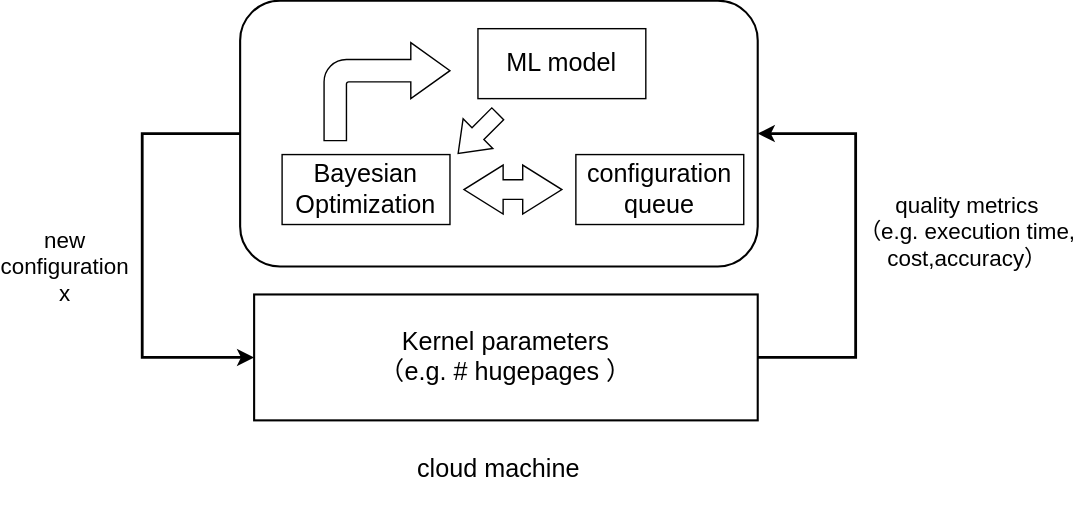
Dong-J93/_pictures keeps this draw.io diagram as kernel-BO.drawio.svg. Above is the earlier version. Source tidied: cells renumbered, new cells last; positions are measured from the earlier drawing's top-left corner, leaving out a move shared by most shapes.
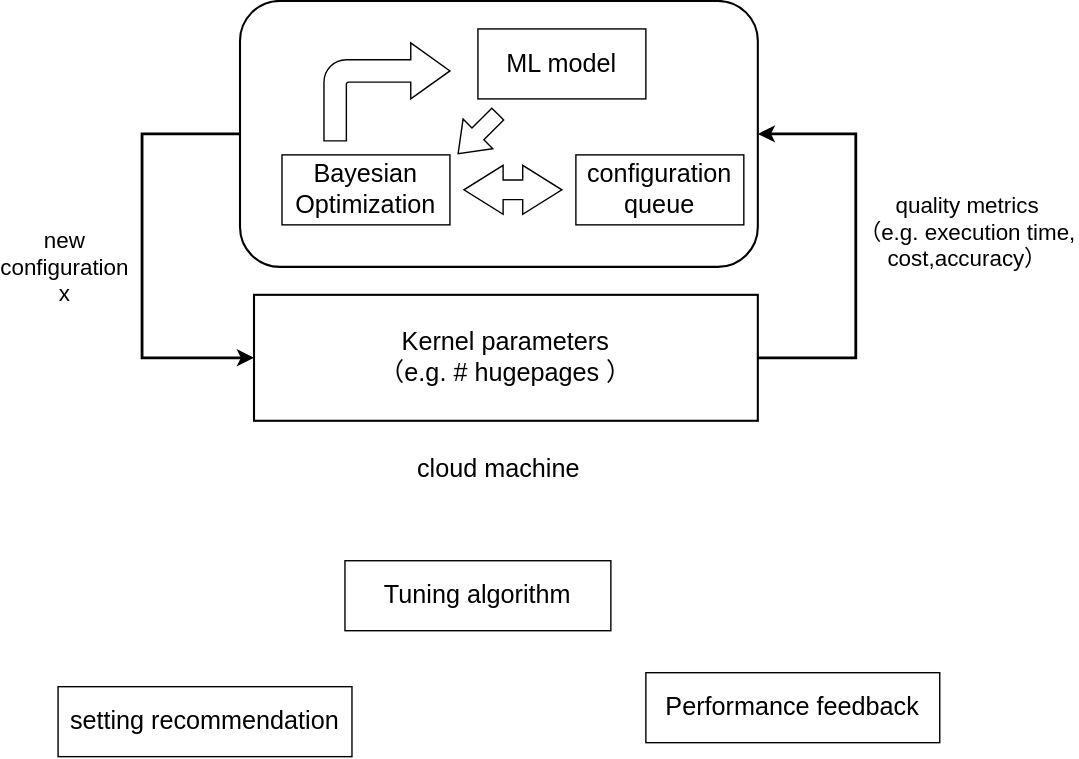
Later version of the same file.

Diff of the diagram source:
```diff
@@ -51,5 +51,14 @@
     <mxCell id="14" value="&lt;font style=&quot;font-size: 18px;&quot;&gt;cloud machine&lt;/font&gt;" style="text;html=1;align=center;verticalAlign=middle;whiteSpace=wrap;rounded=0;" parent="1" vertex="1">
       <mxGeometry x="275" y="310" width="160" height="50" as="geometry" />
     </mxCell>
+    <mxCell id="15" value="&lt;span style=&quot;font-size: 18px;&quot;&gt;Tuning algorithm&lt;/span&gt;" style="rounded=0;whiteSpace=wrap;html=1;" parent="1" vertex="1">
+      <mxGeometry x="245" y="400" width="190" height="50" as="geometry" />
+    </mxCell>
+    <mxCell id="16" value="&lt;span style=&quot;font-size: 18px;&quot;&gt;Performance feedback&lt;/span&gt;" style="rounded=0;whiteSpace=wrap;html=1;" parent="1" vertex="1">
+      <mxGeometry x="460" y="480" width="210" height="50" as="geometry" />
+    </mxCell>
+    <mxCell id="17" value="&lt;span style=&quot;font-size: 18px;&quot;&gt;setting recommendation&lt;/span&gt;" style="rounded=0;whiteSpace=wrap;html=1;" parent="1" vertex="1">
+      <mxGeometry x="40" y="490" width="210" height="50" as="geometry" />
+    </mxCell>
   </root>
 </mxGraphModel>
```
